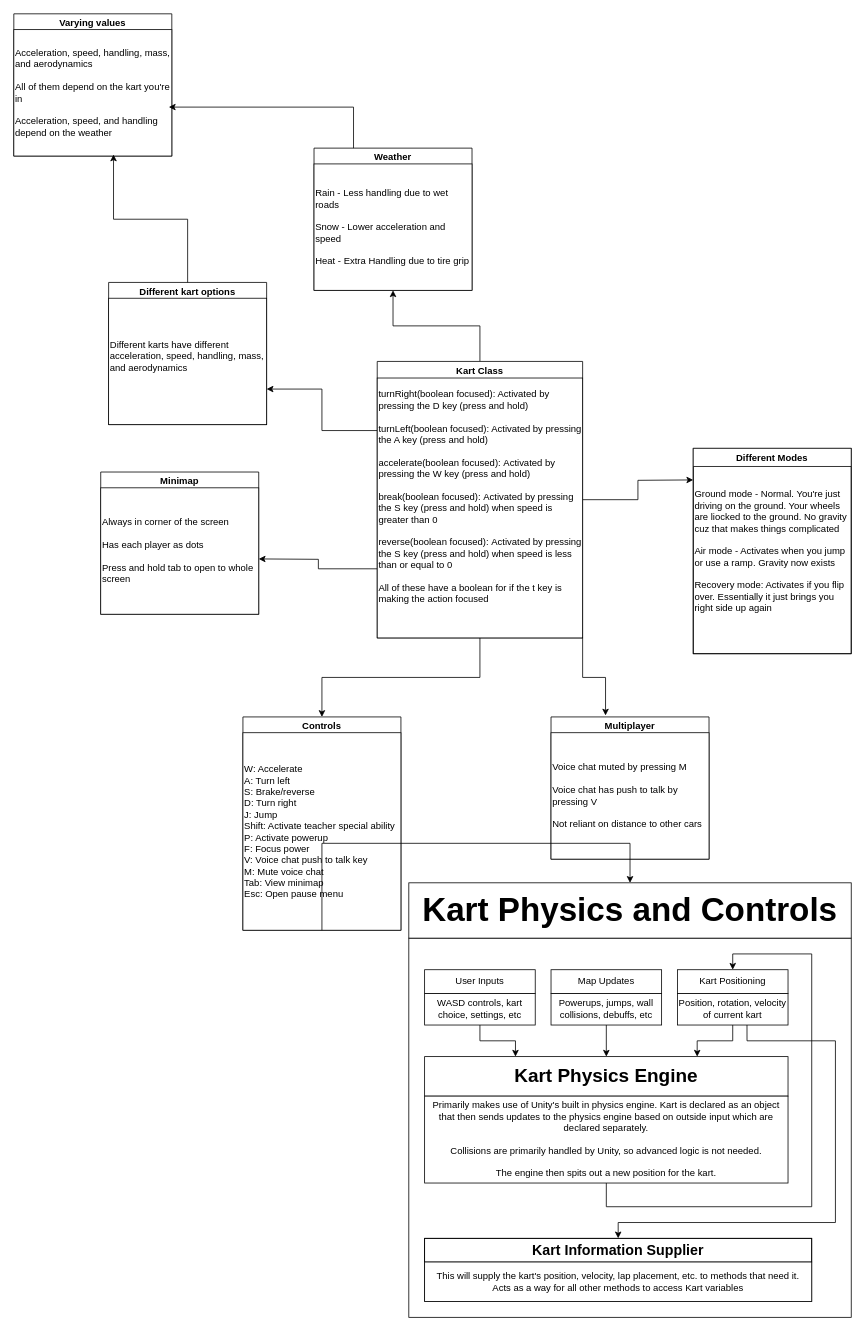
Before: documentation/TechSpecs/KartPhysicsAndControls.drawio in sozalpasan1/HWKartKlash, a draw.io diagram. Source tidied: cells renumbered, new cells numbered last; positions are measured from the earlier drawing's top-left corner, leaving out a move shared by most shapes. Both pictures are drawn from the tidied source at 79%, with x=0, y=0 at pixel (13, 13).
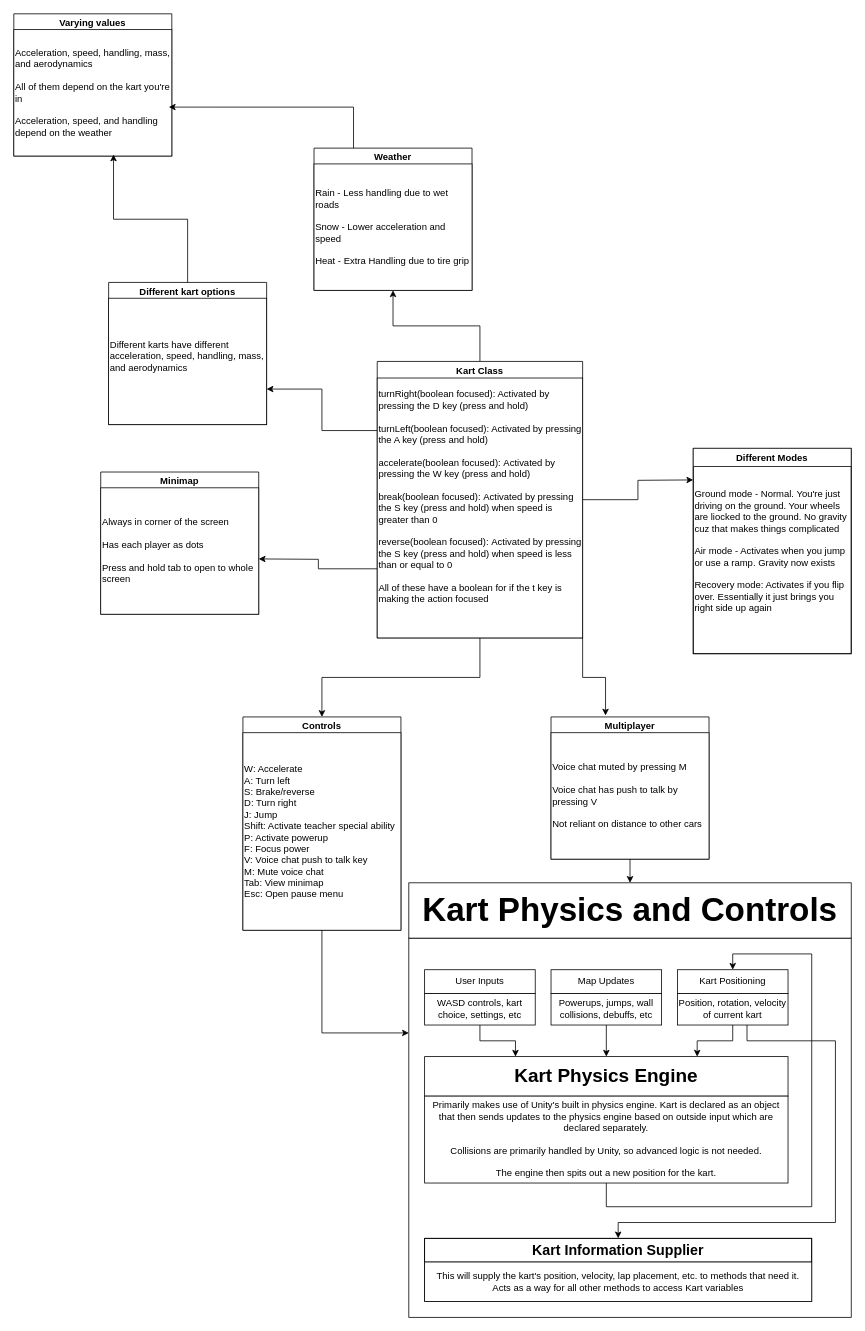
The same page after the edit.

Unchanged cells that the change refers to:
```xml
<mxCell id="11" value="Multiplayer" style="swimlane;whiteSpace=wrap;html=1;" parent="1" vertex="1">
  <mxGeometry x="680" y="890" width="200" height="180" as="geometry" />
</mxCell>
<mxCell id="15" value="Controls" style="swimlane;whiteSpace=wrap;html=1;" parent="1" vertex="1">
  <mxGeometry x="290" y="890" width="200" height="270" as="geometry" />
</mxCell>
<mxCell id="27" style="rounded=0;whiteSpace=wrap;html=1;" parent="26" vertex="1">
  <mxGeometry y="70" width="560" height="480" as="geometry" />
</mxCell>
<mxCell id="46" value="&lt;b&gt;&lt;font style=&quot;font-size: 42px;&quot;&gt;Kart Physics and Controls&lt;/font&gt;&lt;/b&gt;" style="rounded=0;whiteSpace=wrap;html=1;" parent="26" vertex="1">
  <mxGeometry width="560" height="70" as="geometry" />
</mxCell>
```

The edit, as a diff of the source:
```diff
@@
-    <mxCell id="49" style="edgeStyle=orthogonalEdgeStyle;rounded=0;jettySize=auto;html=1;exitX=0.5;exitY=1;exitDx=0;exitDy=0;entryX=0.5;entryY=0;entryDx=0;entryDy=0;" parent="1" edge="1" source="15" target="46">
+    <mxCell id="49" style="edgeStyle=orthogonalEdgeStyle;rounded=0;jettySize=auto;html=1;exitX=0.5;exitY=1;exitDx=0;exitDy=0;entryX=0;entryY=0.25;entryDx=0;entryDy=0;" parent="1" edge="1" source="15" target="27">
       <mxGeometry relative="1" as="geometry">
         <Array as="points">
-          <mxPoint x="390" y="1050" />
-          <mxPoint x="780" y="1050" />
+          <mxPoint x="390" y="1290" />
         </Array>
       </mxGeometry>
     </mxCell>
+    <mxCell id="50" style="edgeStyle=orthogonalEdgeStyle;rounded=0;jettySize=auto;html=1;exitX=0.5;exitY=1;exitDx=0;exitDy=0;" parent="1" edge="1" source="11">
+      <mxGeometry relative="1" as="geometry">
+        <mxPoint x="780" y="1100" as="targetPoint" />
+      </mxGeometry>
+    </mxCell>
```
